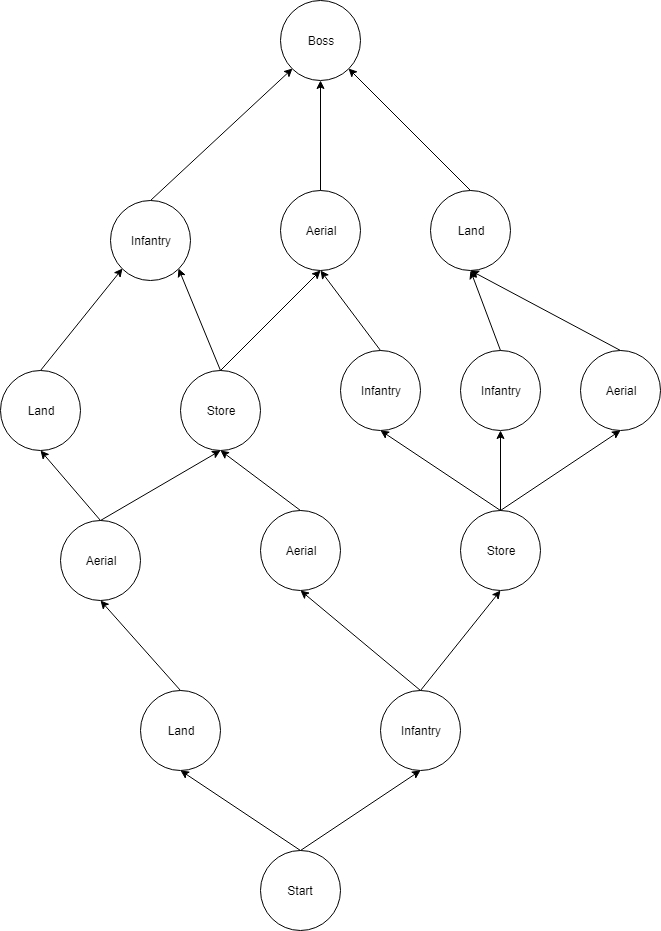
Above: Wiki/Media/Images/GDD/Strategy_Map.png in hot-dog-games/Blue-Alert (draw.io), before the change. Source tidied: cells renumbered, new cells last; positions are measured from the earlier drawing's top-left corner, leaving out a move shared by most shapes.
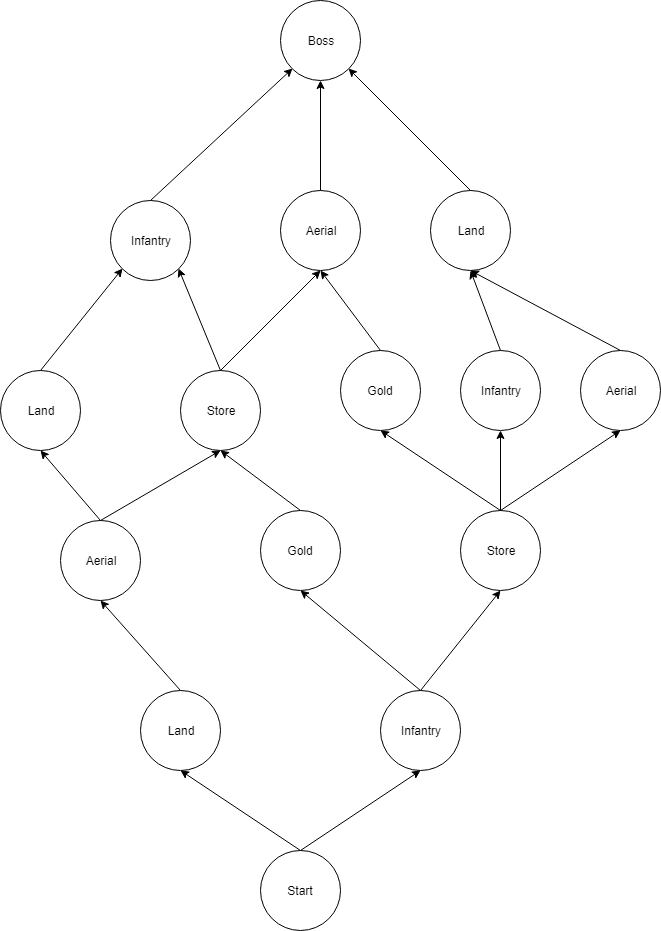
After the commit.

The edit, as a diff of the source:
```diff
@@ -23,13 +23,13 @@
     <mxCell id="8" value="Aerial" style="ellipse;whiteSpace=wrap;html=1;" parent="1" vertex="1">
       <mxGeometry x="580" y="350" width="80" height="80" as="geometry" />
     </mxCell>
-    <mxCell id="9" value="Infantry" style="ellipse;whiteSpace=wrap;html=1;" parent="1" vertex="1">
+    <mxCell id="9" value="Gold" style="ellipse;whiteSpace=wrap;html=1;" parent="1" vertex="1">
       <mxGeometry x="340" y="350" width="80" height="80" as="geometry" />
     </mxCell>
     <mxCell id="10" value="Aerial" style="ellipse;whiteSpace=wrap;html=1;" parent="1" vertex="1">
       <mxGeometry x="280" y="190" width="80" height="80" as="geometry" />
     </mxCell>
-    <mxCell id="11" value="Aerial" style="ellipse;whiteSpace=wrap;html=1;" parent="1" vertex="1">
+    <mxCell id="11" value="Gold" style="ellipse;whiteSpace=wrap;html=1;" parent="1" vertex="1">
       <mxGeometry x="260" y="510" width="80" height="80" as="geometry" />
     </mxCell>
     <mxCell id="12" value="Land" style="ellipse;whiteSpace=wrap;html=1;" parent="1" vertex="1">
```
